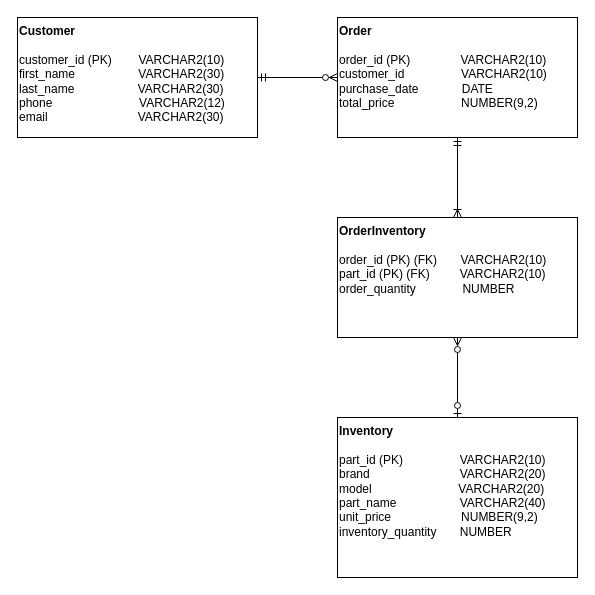
paphopta/cprg211_project keeps this draw.io diagram as Documents/ERD.drawio. Above is the earlier version. Source tidied: cells renumbered, new cells numbered last; positions are measured from the earlier drawing's top-left corner, leaving out a move shared by most shapes. Both pictures are drawn from the tidied source at 100%, with x=0, y=0 at pixel (17, 17).
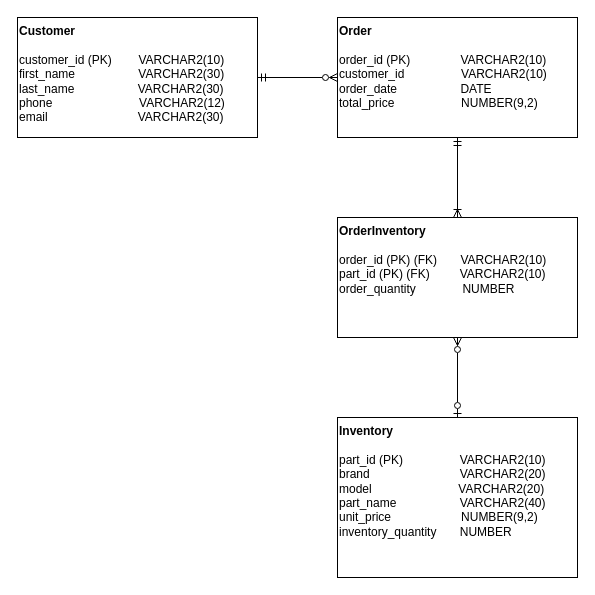
The same diagram, later.

Diff of the diagram source:
```diff
@@
 <mxGraphModel>
   <root>
     <mxCell id="0" />
     <mxCell id="1" parent="0" />
     <mxCell id="2" style="edgeStyle=orthogonalEdgeStyle;rounded=0;jettySize=auto;html=1;exitX=1;exitY=0.5;exitDx=0;exitDy=0;entryX=0;entryY=0.5;entryDx=0;entryDy=0;endArrow=ERzeroToMany;endFill=0;startArrow=ERmandOne;startFill=0;" parent="1" edge="1" source="3" target="5">
       <mxGeometry relative="1" as="geometry" />
     </mxCell>
     <mxCell id="3" value="&lt;b&gt;Customer&lt;/b&gt;&lt;div&gt;&lt;br&gt;&lt;/div&gt;&lt;div&gt;customer_id (PK)&amp;nbsp; &amp;nbsp; &amp;nbsp; &amp;nbsp;&amp;nbsp;&lt;span style=&quot;background-color: transparent; color: light-dark(rgb(0, 0, 0), rgb(255, 255, 255));&quot;&gt;VARCHAR2(10)&lt;/span&gt;&lt;/div&gt;&lt;div&gt;first_name&amp;nbsp; &amp;nbsp; &amp;nbsp; &amp;nbsp; &amp;nbsp; &amp;nbsp; &amp;nbsp; &amp;nbsp; &amp;nbsp; &amp;nbsp;VARCHAR2(30)&lt;/div&gt;&lt;div&gt;last_name&lt;span style=&quot;background-color: transparent; color: light-dark(rgb(0, 0, 0), rgb(255, 255, 255));&quot;&gt;&amp;nbsp; &amp;nbsp; &amp;nbsp; &amp;nbsp; &amp;nbsp; &amp;nbsp; &amp;nbsp; &amp;nbsp; &amp;nbsp; &amp;nbsp;VARCHAR2(30)&lt;/span&gt;&lt;/div&gt;&lt;div&gt;phone&lt;span style=&quot;background-color: transparent; color: light-dark(rgb(0, 0, 0), rgb(255, 255, 255));&quot;&gt;&amp;nbsp; &amp;nbsp; &amp;nbsp; &amp;nbsp; &amp;nbsp; &amp;nbsp; &amp;nbsp; &amp;nbsp; &amp;nbsp; &amp;nbsp; &amp;nbsp; &amp;nbsp; &amp;nbsp; VARCHAR2(12)&lt;/span&gt;&lt;/div&gt;&lt;div&gt;email&lt;span style=&quot;background-color: transparent; color: light-dark(rgb(0, 0, 0), rgb(255, 255, 255));&quot;&gt;&amp;nbsp; &amp;nbsp; &amp;nbsp; &amp;nbsp; &amp;nbsp; &amp;nbsp; &amp;nbsp; &amp;nbsp; &amp;nbsp; &amp;nbsp; &amp;nbsp; &amp;nbsp; &amp;nbsp; &amp;nbsp;VARCHAR2(30)&lt;/span&gt;&lt;/div&gt;" style="rounded=0;whiteSpace=wrap;html=1;align=left;verticalAlign=top;" parent="1" vertex="1">
       <mxGeometry width="240" height="120" as="geometry" />
     </mxCell>
     <mxCell id="4" value="&lt;div&gt;&lt;b&gt;Inventory&lt;/b&gt;&lt;/div&gt;&lt;div&gt;&lt;br&gt;&lt;/div&gt;&lt;div&gt;part_id (PK)&amp;nbsp; &amp;nbsp; &amp;nbsp; &amp;nbsp; &amp;nbsp; &amp;nbsp; &amp;nbsp; &amp;nbsp; &amp;nbsp;&lt;span style=&quot;background-color: transparent; color: light-dark(rgb(0, 0, 0), rgb(255, 255, 255));&quot;&gt;VARCHAR2(10)&lt;/span&gt;&lt;/div&gt;&lt;div&gt;brand&lt;span style=&quot;background-color: transparent; color: light-dark(rgb(0, 0, 0), rgb(255, 255, 255));&quot;&gt;&amp;nbsp; &amp;nbsp; &amp;nbsp; &amp;nbsp; &amp;nbsp; &amp;nbsp; &amp;nbsp; &amp;nbsp; &amp;nbsp; &amp;nbsp; &amp;nbsp; &amp;nbsp; &amp;nbsp; &amp;nbsp;VARCHAR2(20)&lt;/span&gt;&lt;/div&gt;&lt;div&gt;model&lt;span style=&quot;background-color: transparent; color: light-dark(rgb(0, 0, 0), rgb(255, 255, 255));&quot;&gt;&amp;nbsp; &amp;nbsp; &amp;nbsp; &amp;nbsp; &amp;nbsp; &amp;nbsp; &amp;nbsp; &amp;nbsp; &amp;nbsp; &amp;nbsp; &amp;nbsp; &amp;nbsp; &amp;nbsp; VARCHAR2(20)&lt;/span&gt;&lt;/div&gt;&lt;div&gt;part_name&lt;span style=&quot;background-color: transparent; color: light-dark(rgb(0, 0, 0), rgb(255, 255, 255));&quot;&gt;&amp;nbsp; &amp;nbsp; &amp;nbsp; &amp;nbsp; &amp;nbsp; &amp;nbsp; &amp;nbsp; &amp;nbsp; &amp;nbsp; &amp;nbsp;VARCHAR2(40)&lt;/span&gt;&lt;/div&gt;&lt;div&gt;unit_price&amp;nbsp; &amp;nbsp; &amp;nbsp; &amp;nbsp; &amp;nbsp; &amp;nbsp; &amp;nbsp; &amp;nbsp; &amp;nbsp; &amp;nbsp; &amp;nbsp;NUMBER(9,2)&lt;/div&gt;&lt;div&gt;inventory_quantity&amp;nbsp; &amp;nbsp; &amp;nbsp; &amp;nbsp;NUMBER&lt;/div&gt;" style="rounded=0;whiteSpace=wrap;html=1;align=left;verticalAlign=top;" parent="1" vertex="1">
       <mxGeometry x="320" y="400" width="240" height="160" as="geometry" />
     </mxCell>
-    <mxCell id="5" value="&lt;b&gt;Order&lt;/b&gt;&lt;div&gt;&lt;br&gt;&lt;/div&gt;&lt;div&gt;order_id (PK)&lt;span style=&quot;background-color: transparent; color: light-dark(rgb(0, 0, 0), rgb(255, 255, 255));&quot;&gt;&amp;nbsp; &amp;nbsp; &amp;nbsp; &amp;nbsp; &amp;nbsp; &amp;nbsp; &amp;nbsp; &amp;nbsp;&lt;/span&gt;&lt;span style=&quot;background-color: transparent; color: light-dark(rgb(0, 0, 0), rgb(255, 255, 255));&quot;&gt;VARCHAR2(10)&lt;/span&gt;&lt;/div&gt;&lt;div&gt;customer_id&lt;span style=&quot;background-color: transparent; color: light-dark(rgb(0, 0, 0), rgb(255, 255, 255));&quot;&gt;&amp;nbsp; &amp;nbsp; &amp;nbsp; &amp;nbsp; &amp;nbsp; &amp;nbsp; &amp;nbsp; &amp;nbsp; &amp;nbsp;&lt;/span&gt;&lt;span style=&quot;background-color: transparent; color: light-dark(rgb(0, 0, 0), rgb(255, 255, 255));&quot;&gt;VARCHAR2(10)&lt;/span&gt;&lt;/div&gt;&lt;div&gt;purchase_date&amp;nbsp; &amp;nbsp; &amp;nbsp; &amp;nbsp; &amp;nbsp; &amp;nbsp; &amp;nbsp;DATE&lt;/div&gt;&lt;div&gt;total_price&lt;span style=&quot;background-color: transparent; color: light-dark(rgb(0, 0, 0), rgb(255, 255, 255));&quot;&gt;&amp;nbsp; &amp;nbsp; &amp;nbsp; &amp;nbsp; &amp;nbsp; &amp;nbsp; &amp;nbsp; &amp;nbsp; &amp;nbsp; &amp;nbsp; NUMBER(9,2)&lt;/span&gt;&lt;/div&gt;" style="rounded=0;whiteSpace=wrap;html=1;align=left;verticalAlign=top;" parent="1" vertex="1">
+    <mxCell id="5" value="&lt;b&gt;Order&lt;/b&gt;&lt;div&gt;&lt;br&gt;&lt;/div&gt;&lt;div&gt;order_id (PK)&lt;span style=&quot;background-color: transparent; color: light-dark(rgb(0, 0, 0), rgb(255, 255, 255));&quot;&gt;&amp;nbsp; &amp;nbsp; &amp;nbsp; &amp;nbsp; &amp;nbsp; &amp;nbsp; &amp;nbsp; &amp;nbsp;&lt;/span&gt;&lt;span style=&quot;background-color: transparent; color: light-dark(rgb(0, 0, 0), rgb(255, 255, 255));&quot;&gt;VARCHAR2(10)&lt;/span&gt;&lt;/div&gt;&lt;div&gt;customer_id&lt;span style=&quot;background-color: transparent; color: light-dark(rgb(0, 0, 0), rgb(255, 255, 255));&quot;&gt;&amp;nbsp; &amp;nbsp; &amp;nbsp; &amp;nbsp; &amp;nbsp; &amp;nbsp; &amp;nbsp; &amp;nbsp; &amp;nbsp;&lt;/span&gt;&lt;span style=&quot;background-color: transparent; color: light-dark(rgb(0, 0, 0), rgb(255, 255, 255));&quot;&gt;VARCHAR2(10)&lt;/span&gt;&lt;/div&gt;&lt;div&gt;order_date&amp;nbsp; &amp;nbsp; &amp;nbsp; &amp;nbsp; &amp;nbsp; &amp;nbsp; &amp;nbsp; &amp;nbsp; &amp;nbsp; &amp;nbsp;DATE&lt;/div&gt;&lt;div&gt;total_price&lt;span style=&quot;background-color: transparent; color: light-dark(rgb(0, 0, 0), rgb(255, 255, 255));&quot;&gt;&amp;nbsp; &amp;nbsp; &amp;nbsp; &amp;nbsp; &amp;nbsp; &amp;nbsp; &amp;nbsp; &amp;nbsp; &amp;nbsp; &amp;nbsp; NUMBER(9,2)&lt;/span&gt;&lt;/div&gt;" style="rounded=0;whiteSpace=wrap;html=1;align=left;verticalAlign=top;" parent="1" vertex="1">
       <mxGeometry x="320" width="240" height="120" as="geometry" />
     </mxCell>
     <mxCell id="6" value="&lt;b&gt;OrderInventory&lt;/b&gt;&lt;div&gt;&lt;br&gt;&lt;/div&gt;&lt;div&gt;order_id (PK) (FK)&lt;span style=&quot;background-color: transparent; color: light-dark(rgb(0, 0, 0), rgb(255, 255, 255));&quot;&gt;&amp;nbsp; &amp;nbsp; &amp;nbsp; &amp;nbsp;&lt;/span&gt;&lt;span style=&quot;background-color: transparent; color: light-dark(rgb(0, 0, 0), rgb(255, 255, 255));&quot;&gt;VARCHAR2(10)&lt;/span&gt;&lt;/div&gt;&lt;div&gt;part_id (PK) (FK)&amp;nbsp; &amp;nbsp; &amp;nbsp; &amp;nbsp; &amp;nbsp;&lt;span style=&quot;color: light-dark(rgb(0, 0, 0), rgb(255, 255, 255)); background-color: transparent;&quot;&gt;VARCHAR2(10)&lt;/span&gt;&lt;/div&gt;&lt;div&gt;order_quantity&amp;nbsp; &amp;nbsp; &amp;nbsp; &amp;nbsp; &amp;nbsp; &amp;nbsp; &amp;nbsp; NUMBER&lt;span style=&quot;color: light-dark(rgb(0, 0, 0), rgb(255, 255, 255)); background-color: transparent;&quot;&gt;&lt;/span&gt;&lt;/div&gt;" style="rounded=0;whiteSpace=wrap;html=1;align=left;verticalAlign=top;" parent="1" vertex="1">
       <mxGeometry x="320" y="200" width="240" height="120" as="geometry" />
     </mxCell>
     <mxCell id="7" style="endArrow=ERmandOne;html=1;rounded=0;entryX=0.5;entryY=1;entryDx=0;entryDy=0;endFill=0;startFill=0;startArrow=ERoneToMany;" parent="1" edge="1" source="6" target="5">
       <mxGeometry relative="1" as="geometry" />
     </mxCell>
     <mxCell id="8" style="endArrow=ERzeroToMany;html=1;rounded=0;entryX=0.5;entryY=1;entryDx=0;entryDy=0;exitX=0.5;exitY=0;exitDx=0;exitDy=0;endFill=0;startArrow=ERzeroToOne;startFill=0;" parent="1" edge="1" source="4" target="6">
       <mxGeometry relative="1" as="geometry" />
     </mxCell>
   </root>
 </mxGraphModel>
```
